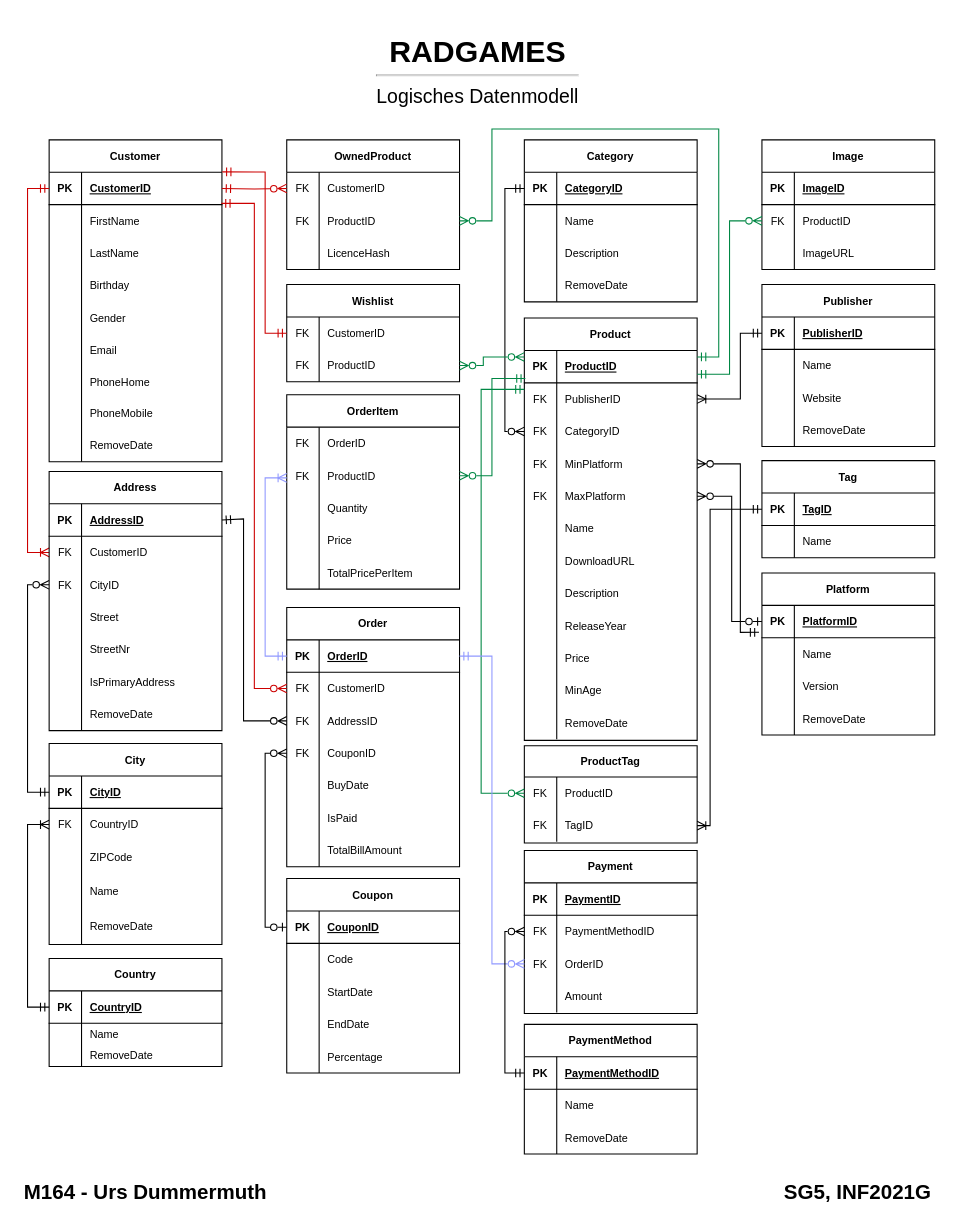
This is page "Logisch" (2 of 3) of Konzepte/Datenmodell.drawio from TD99/gibb-m164, a draw.io file, before an edit. Source tidied: cells renumbered, new cells numbered last; positions are measured from the earlier drawing's top-left corner, leaving out a move shared by most shapes. Both pictures are drawn from the tidied source at 108%, with x=0, y=0 at pixel (18, 29).
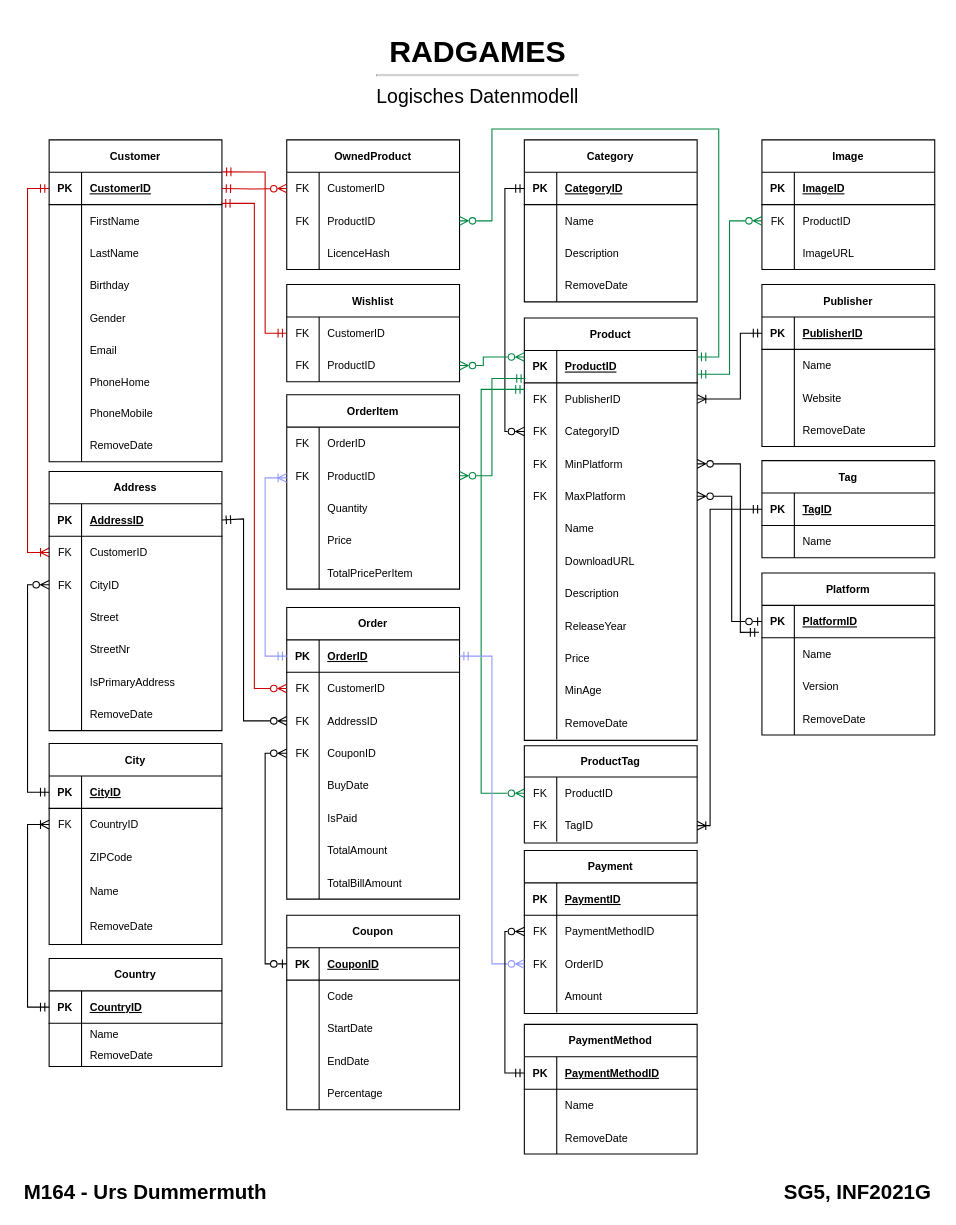
The same diagram, later.

Unchanged cells that the change refers to:
```xml
<mxCell id="120" style="shape=tableRow;horizontal=0;startSize=0;swimlaneHead=0;swimlaneBody=0;fillColor=none;top=0;left=0;right=0;bottom=0;fontSize=10;" parent="101" vertex="1">
  <mxGeometry y="210" width="160" height="30" as="geometry" />
</mxCell>
```

The edit, as a diff of the source:
```diff
@@
     <mxCell id="101" value="Order" style="shape=table;startSize=30;childLayout=tableLayout;rowLines=0;fontStyle=1;align=center;fontSize=10;fillColor=none;" parent="1" vertex="1">
-      <mxGeometry x="248" y="535" width="160" height="240" as="geometry" />
+      <mxGeometry x="248" y="535" width="160" height="270" as="geometry" />
     </mxCell>
@@
-    <mxCell id="122" value="TotalBillAmount" style="shape=partialRectangle;fillColor=none;top=0;left=0;bottom=0;right=0;align=left;spacingLeft=6;overflow=hidden;fontSize=10;" parent="120" vertex="1">
+    <mxCell id="122" value="TotalAmount" style="shape=partialRectangle;fillColor=none;top=0;left=0;bottom=0;right=0;align=left;spacingLeft=6;overflow=hidden;fontSize=10;" parent="120" vertex="1">
       <mxGeometry x="30" width="130" height="30" as="geometry" />
     </mxCell>
+    <mxCell id="296" style="shape=tableRow;horizontal=0;startSize=0;swimlaneHead=0;swimlaneBody=0;fillColor=none;top=0;left=0;right=0;bottom=0;fontSize=10;" parent="101" vertex="1">
+      <mxGeometry y="240" width="160" height="30" as="geometry" />
+    </mxCell>
+    <mxCell id="297" style="shape=partialRectangle;fillColor=none;top=0;left=0;bottom=0;right=0;overflow=hidden;fontSize=10;" parent="296" vertex="1">
+      <mxGeometry width="30" height="30" as="geometry" />
+    </mxCell>
+    <mxCell id="298" value="TotalBillAmount" style="shape=partialRectangle;fillColor=none;top=0;left=0;bottom=0;right=0;align=left;spacingLeft=6;overflow=hidden;fontSize=10;" parent="296" vertex="1">
+      <mxGeometry x="30" width="130" height="30" as="geometry" />
+    </mxCell>
@@
     <mxCell id="126" value="Coupon" style="shape=table;startSize=30;childLayout=tableLayout;rowLines=0;fontStyle=1;align=center;fontSize=10;fillColor=none;" parent="1" vertex="1">
-      <mxGeometry x="248" y="786" width="160" height="180" as="geometry" />
+      <mxGeometry x="248" y="820" width="160" height="180" as="geometry" />
     </mxCell>
```
